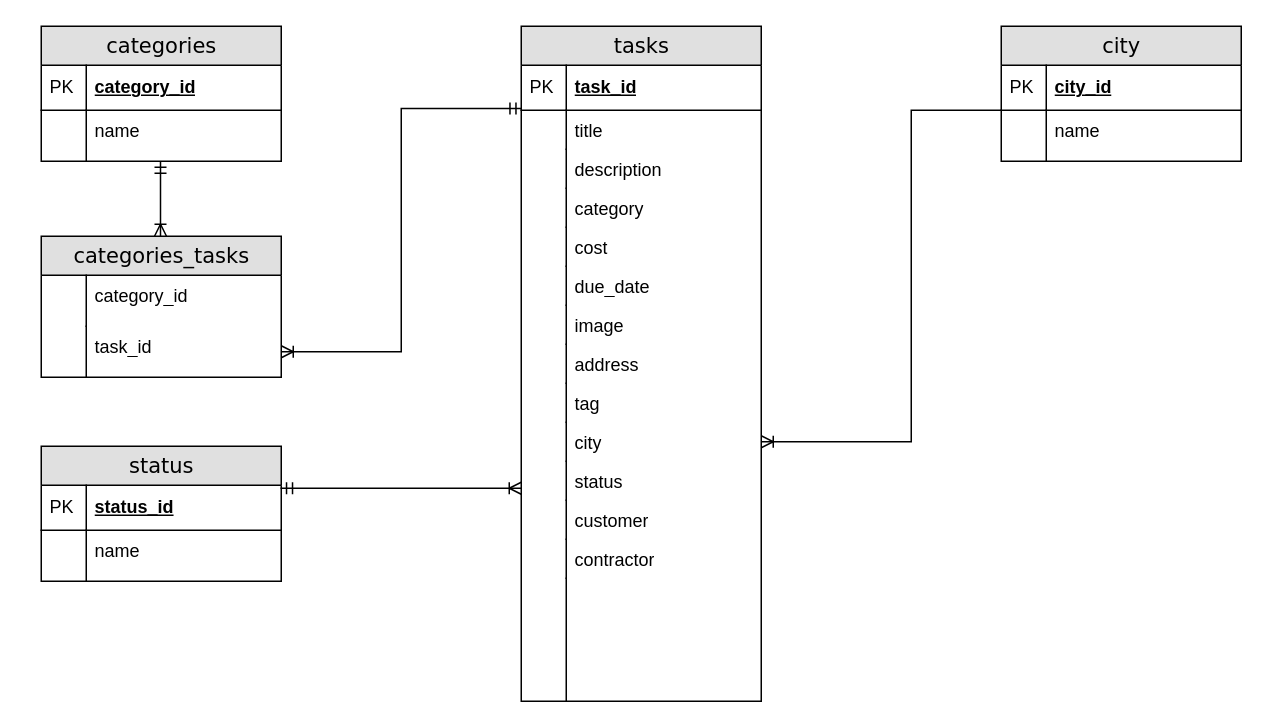
The draw.io diagram project/apps/task/schema_db.drawio in fallereugene/505933-taskforce-3, before the edit. Source tidied: cells renumbered, new cells numbered last; positions are measured from the earlier drawing's top-left corner, leaving out a move shared by most shapes. Both pictures are drawn from the tidied source at 150%, with x=0, y=0 at pixel (40, 26).
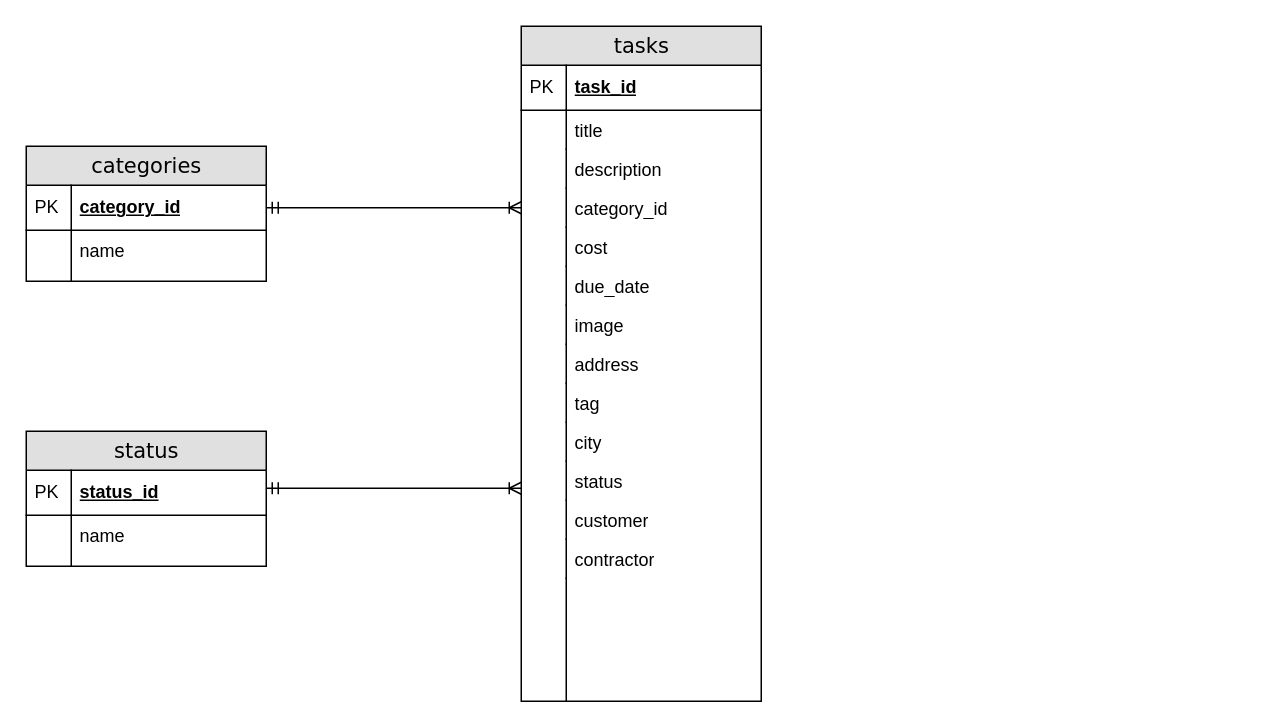
Above is the later version.

Commit message:
docs(task schema db): изменение схемы базы данных

The change refers to these unchanged cells:
```xml
<mxCell id="2" value="tasks" style="swimlane;html=1;fontStyle=0;horizontal=1;startSize=26;fillColor=#e0e0e0;swimlaneFillColor=#ffffff;align=center;rounded=0;shadow=0;comic=0;labelBackgroundColor=none;strokeWidth=1;fontFamily=Verdana;fontSize=14;" parent="1" vertex="1">
  <mxGeometry x="320" width="160" height="450" as="geometry" />
</mxCell>
<mxCell id="3" value="task_id" style="shape=partialRectangle;top=0;left=0;right=0;bottom=1;html=1;align=left;verticalAlign=middle;fillColor=none;spacingLeft=34;spacingRight=4;whiteSpace=wrap;overflow=hidden;points=[[0,0.5],[1,0.5]];portConstraint=eastwest;fontStyle=5;" parent="2" vertex="1">
  <mxGeometry y="26" width="160" height="30" as="geometry" />
</mxCell>
<mxCell id="21" value="city" style="shape=partialRectangle;top=0;left=0;right=0;bottom=0;html=1;align=left;verticalAlign=top;fillColor=none;spacingLeft=34;spacingRight=4;whiteSpace=wrap;overflow=hidden;points=[[0,0.5],[1,0.5]];portConstraint=eastwest;" parent="2" vertex="1">
  <mxGeometry y="264" width="160" height="26" as="geometry" />
</mxCell>
<mxCell id="32" value="category_id" style="shape=partialRectangle;top=0;left=0;right=0;bottom=1;html=1;align=left;verticalAlign=middle;fillColor=none;spacingLeft=34;spacingRight=4;whiteSpace=wrap;overflow=hidden;points=[[0,0.5],[1,0.5]];portConstraint=eastwest;fontStyle=5;" parent="31" vertex="1">
  <mxGeometry y="26" width="160" height="30" as="geometry" />
</mxCell>
<mxCell id="42" value="status_id" style="shape=partialRectangle;top=0;left=0;right=0;bottom=1;html=1;align=left;verticalAlign=middle;fillColor=none;spacingLeft=34;spacingRight=4;whiteSpace=wrap;overflow=hidden;points=[[0,0.5],[1,0.5]];portConstraint=eastwest;fontStyle=5;" parent="41" vertex="1">
  <mxGeometry y="26" width="160" height="30" as="geometry" />
</mxCell>
```

What changed in the source:
```diff
@@
-    <mxCell id="9" value="category" style="shape=partialRectangle;top=0;left=0;right=0;bottom=0;html=1;align=left;verticalAlign=top;fillColor=none;spacingLeft=34;spacingRight=4;whiteSpace=wrap;overflow=hidden;points=[[0,0.5],[1,0.5]];portConstraint=eastwest;" parent="2" vertex="1">
+    <mxCell id="9" value="category_id" style="shape=partialRectangle;top=0;left=0;right=0;bottom=0;html=1;align=left;verticalAlign=top;fillColor=none;spacingLeft=34;spacingRight=4;whiteSpace=wrap;overflow=hidden;points=[[0,0.5],[1,0.5]];portConstraint=eastwest;" parent="2" vertex="1">
       <mxGeometry y="108" width="160" height="26" as="geometry" />
     </mxCell>
@@
     <mxCell id="31" value="categories" style="swimlane;html=1;fontStyle=0;horizontal=1;startSize=26;fillColor=#e0e0e0;swimlaneFillColor=#ffffff;align=center;rounded=0;shadow=0;comic=0;labelBackgroundColor=none;strokeWidth=1;fontFamily=Verdana;fontSize=14;" parent="1" vertex="1">
-      <mxGeometry width="160" height="90" as="geometry" />
+      <mxGeometry x="-10" y="80" width="160" height="90" as="geometry" />
     </mxCell>
@@
-    <mxCell id="36" value="city" style="swimlane;html=1;fontStyle=0;horizontal=1;startSize=26;fillColor=#e0e0e0;swimlaneFillColor=#ffffff;align=center;rounded=0;shadow=0;comic=0;labelBackgroundColor=none;strokeWidth=1;fontFamily=Verdana;fontSize=14;" parent="1" vertex="1">
-      <mxGeometry x="640" width="160" height="90" as="geometry" />
-    </mxCell>
-    <mxCell id="37" value="city_id" style="shape=partialRectangle;top=0;left=0;right=0;bottom=1;html=1;align=left;verticalAlign=middle;fillColor=none;spacingLeft=34;spacingRight=4;whiteSpace=wrap;overflow=hidden;fontStyle=5;" parent="36" vertex="1">
-      <mxGeometry y="26" width="160" height="30" as="geometry" />
-    </mxCell>
-    <mxCell id="38" value="PK" style="shape=partialRectangle;top=0;left=0;bottom=0;html=1;fillColor=none;align=left;verticalAlign=middle;spacingLeft=4;spacingRight=4;whiteSpace=wrap;overflow=hidden;" parent="37" vertex="1">
-      <mxGeometry width="30" height="30" as="geometry" />
-    </mxCell>
-    <mxCell id="39" value="name" style="shape=partialRectangle;top=0;left=0;right=0;bottom=0;html=1;align=left;verticalAlign=top;fillColor=none;spacingLeft=34;spacingRight=4;whiteSpace=wrap;overflow=hidden;" parent="36" vertex="1">
-      <mxGeometry y="56" width="160" height="34" as="geometry" />
-    </mxCell>
-    <mxCell id="40" style="shape=partialRectangle;top=0;left=0;bottom=0;html=1;fillColor=none;align=left;verticalAlign=top;spacingLeft=4;spacingRight=4;whiteSpace=wrap;overflow=hidden;" parent="39" vertex="1">
-      <mxGeometry width="30" height="34" as="geometry" />
-    </mxCell>
     <mxCell id="41" value="status" style="swimlane;html=1;fontStyle=0;horizontal=1;startSize=26;fillColor=#e0e0e0;swimlaneFillColor=#ffffff;align=center;rounded=0;shadow=0;comic=0;labelBackgroundColor=none;strokeWidth=1;fontFamily=Verdana;fontSize=14;" parent="1" vertex="1">
-      <mxGeometry y="280" width="160" height="90" as="geometry" />
+      <mxGeometry x="-10" y="270" width="160" height="90" as="geometry" />
     </mxCell>
@@
-    <mxCell id="46" style="edgeStyle=elbowEdgeStyle;fontSize=12;html=1;endArrow=ERoneToMany;rounded=0;entryX=1;entryY=0.5;entryDx=0;entryDy=0;" parent="1" edge="1" target="21">
-      <mxGeometry relative="1" as="geometry">
-        <mxPoint x="640" y="56" as="sourcePoint" />
-        <Array as="points">
-          <mxPoint x="580" y="280" />
-        </Array>
-      </mxGeometry>
-    </mxCell>
-    <mxCell id="47" value="categories_tasks" style="swimlane;fontStyle=0;horizontal=1;startSize=26;fillColor=#e0e0e0;swimlaneFillColor=#ffffff;align=center;rounded=0;shadow=0;comic=0;labelBackgroundColor=none;strokeWidth=1;fontFamily=Verdana;fontSize=14;html=1;" parent="1" vertex="1">
-      <mxGeometry y="140" width="160" height="94" as="geometry" />
-    </mxCell>
-    <mxCell id="48" value="category_id" style="shape=partialRectangle;top=0;left=0;right=0;bottom=0;html=1;align=left;verticalAlign=top;fillColor=none;spacingLeft=34;spacingRight=4;whiteSpace=wrap;overflow=hidden;" parent="47" vertex="1">
-      <mxGeometry y="26" width="160" height="34" as="geometry" />
-    </mxCell>
-    <mxCell id="49" style="shape=partialRectangle;top=0;left=0;bottom=0;html=1;fillColor=none;align=left;verticalAlign=top;spacingLeft=4;spacingRight=4;whiteSpace=wrap;overflow=hidden;" parent="48" vertex="1">
-      <mxGeometry width="30" height="34" as="geometry" />
-    </mxCell>
-    <mxCell id="50" value="task_id" style="shape=partialRectangle;top=0;left=0;right=0;bottom=0;html=1;align=left;verticalAlign=top;fillColor=none;spacingLeft=34;spacingRight=4;whiteSpace=wrap;overflow=hidden;points=[[0,0.5],[1,0.5]];portConstraint=eastwest;" parent="47" vertex="1">
-      <mxGeometry y="60" width="160" height="34" as="geometry" />
-    </mxCell>
-    <mxCell id="51" style="shape=partialRectangle;top=0;left=0;bottom=0;html=1;fillColor=none;align=left;verticalAlign=top;spacingLeft=4;spacingRight=4;whiteSpace=wrap;overflow=hidden;" parent="50" vertex="1">
-      <mxGeometry width="30" height="34" as="geometry" />
-    </mxCell>
-    <mxCell id="52" style="edgeStyle=elbowEdgeStyle;fontSize=12;html=1;endArrow=ERoneToMany;startArrow=ERmandOne;rounded=0;fontFamily=Helvetica;fontColor=default;exitX=0.003;exitY=0.96;exitDx=0;exitDy=0;exitPerimeter=0;entryX=1;entryY=0.5;entryDx=0;entryDy=0;" parent="1" edge="1" source="3" target="50">
-      <mxGeometry relative="1" as="geometry" />
+    <mxCell id="52" style="edgeStyle=elbowEdgeStyle;fontSize=12;html=1;endArrow=ERoneToMany;startArrow=ERmandOne;rounded=0;fontFamily=Helvetica;fontColor=default;exitX=1;exitY=0.5;exitDx=0;exitDy=0;entryX=0;entryY=0.5;entryDx=0;entryDy=0;" parent="1" edge="1" source="32" target="9">
+      <mxGeometry relative="1" as="geometry">
+        <Array as="points">
+          <mxPoint x="240" y="120" />
+          <mxPoint x="200" y="140" />
+        </Array>
+      </mxGeometry>
     </mxCell>
-    <mxCell id="53" style="edgeStyle=elbowEdgeStyle;fontSize=12;html=1;endArrow=ERoneToMany;startArrow=ERmandOne;rounded=0;fontFamily=Helvetica;fontColor=default;" parent="1" edge="1">
-      <mxGeometry relative="1" as="geometry">
-        <mxPoint x="79.5" y="90" as="sourcePoint" />
-        <mxPoint x="80" y="140" as="targetPoint" />
-        <Array as="points">
-          <mxPoint x="79.5" y="160" />
-        </Array>
-      </mxGeometry>
-    </mxCell>
-    <mxCell id="54" style="edgeStyle=elbowEdgeStyle;fontSize=12;html=1;endArrow=ERoneToMany;startArrow=ERmandOne;rounded=0;fontFamily=Helvetica;fontColor=default;exitX=0.997;exitY=0.067;exitDx=0;exitDy=0;exitPerimeter=0;" parent="1" edge="1" source="42">
+    <mxCell id="54" style="edgeStyle=elbowEdgeStyle;fontSize=12;html=1;endArrow=ERoneToMany;startArrow=ERmandOne;rounded=0;fontFamily=Helvetica;fontColor=default;exitX=1;exitY=0.401;exitDx=0;exitDy=0;exitPerimeter=0;" parent="1" edge="1" source="42">
       <mxGeometry relative="1" as="geometry">
         <mxPoint x="320" y="308" as="targetPoint" />
         <Array as="points">
           <mxPoint x="220" y="308" />
         </Array>
       </mxGeometry>
     </mxCell>
```
